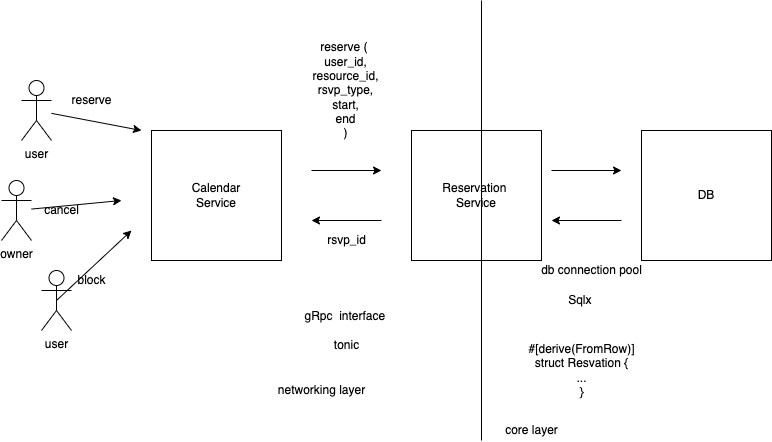
lc-1010/copy-cat-reservation keeps this draw.io diagram as viesion.drawio.png. Above is the earlier version. Source tidied: cells renumbered, new cells last; positions are measured from the earlier drawing's top-left corner, leaving out a move shared by most shapes.
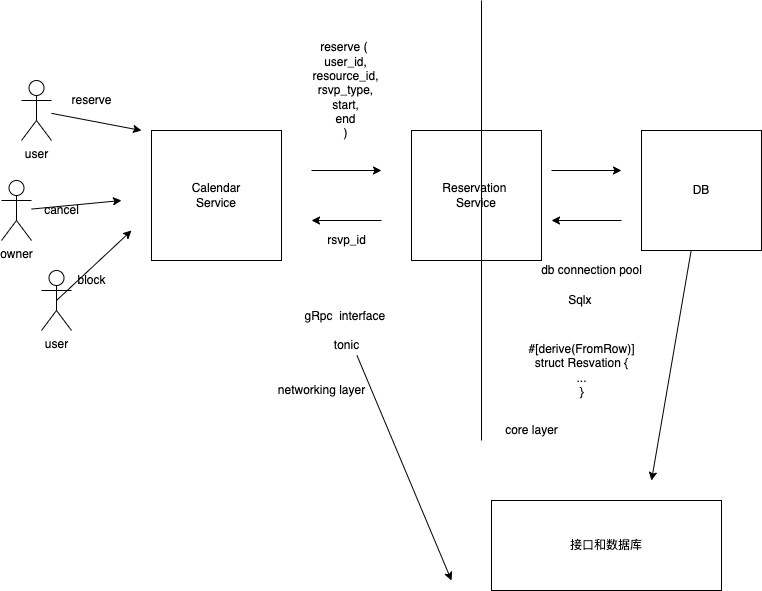
Above is the later version.

What changed in the source:
```diff
@@ -10,8 +10,13 @@
     <mxCell id="3" value="user" style="shape=umlActor;verticalLabelPosition=bottom;verticalAlign=top;html=1;outlineConnect=0;" parent="1" vertex="1">
       <mxGeometry x="20" y="80" width="30" height="60" as="geometry" />
     </mxCell>
+    <mxCell id="27" style="edgeStyle=none;html=1;" parent="1" edge="1" source="4">
+      <mxGeometry relative="1" as="geometry">
+        <mxPoint x="650" y="480" as="targetPoint" />
+      </mxGeometry>
+    </mxCell>
     <mxCell id="4" value="DB" style="whiteSpace=wrap;html=1;" parent="1" vertex="1">
-      <mxGeometry x="640" y="130" width="130" height="130" as="geometry" />
+      <mxGeometry x="640" y="130" width="120" height="120" as="geometry" />
     </mxCell>
     <mxCell id="5" value="Reservation&amp;nbsp;&lt;br&gt;Service" style="whiteSpace=wrap;html=1;" parent="1" vertex="1">
       <mxGeometry x="410" y="130" width="130" height="130" as="geometry" />
@@ -65,6 +70,11 @@
     <mxCell id="16" value="reserve (&amp;nbsp;&lt;br&gt;user_id,&lt;br&gt;resource_id,&lt;br&gt;rsvp_type,&lt;br&gt;start,&lt;br&gt;end&lt;br&gt;)" style="text;html=1;align=center;verticalAlign=middle;strokeColor=none;fillColor=none;" parent="1" vertex="1">
       <mxGeometry x="304" y="40" width="80" height="100" as="geometry" />
     </mxCell>
+    <mxCell id="28" style="edgeStyle=none;html=1;" parent="1" edge="1" source="17">
+      <mxGeometry relative="1" as="geometry">
+        <mxPoint x="450" y="580" as="targetPoint" />
+      </mxGeometry>
+    </mxCell>
     <mxCell id="17" value="gRpc&amp;nbsp; interface&amp;nbsp;&lt;br&gt;&lt;br&gt;tonic" style="text;html=1;align=center;verticalAlign=middle;points=[];strokeColor=none;fillColor=none;" parent="1" vertex="1">
       <mxGeometry x="295" y="305" width="100" height="50" as="geometry" />
     </mxCell>
@@ -98,5 +108,8 @@
     <mxCell id="26" value="core layer&lt;br&gt;" style="text;html=1;align=center;verticalAlign=middle;strokeColor=none;fillColor=none;" parent="1" vertex="1">
       <mxGeometry x="495" y="420" width="70" height="20" as="geometry" />
     </mxCell>
+    <mxCell id="29" value="接口和数据库" style="whiteSpace=wrap;html=1;" parent="1" vertex="1">
+      <mxGeometry x="490" y="500" width="230" height="90" as="geometry" />
+    </mxCell>
   </root>
 </mxGraphModel>
```
